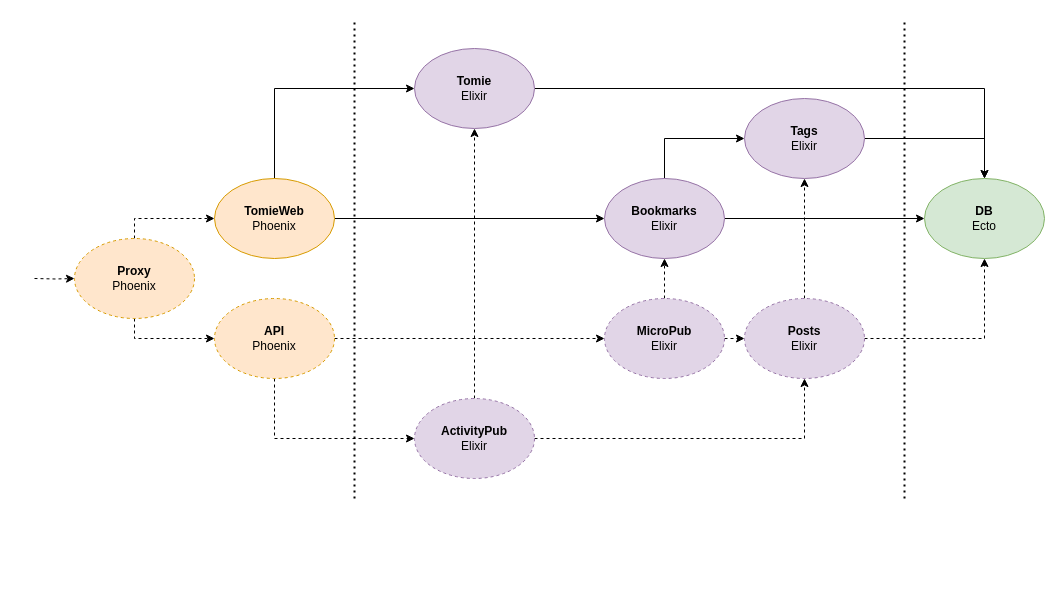
Earlier version of the draw.io diagram docs/arch.drawio (inhji/tomie_mirror). Source tidied: cells renumbered, new cells numbered last; positions are measured from the earlier drawing's top-left corner, leaving out a move shared by most shapes. Both pictures are drawn from the tidied source at 100%, with x=0, y=0 at pixel (34, 18).
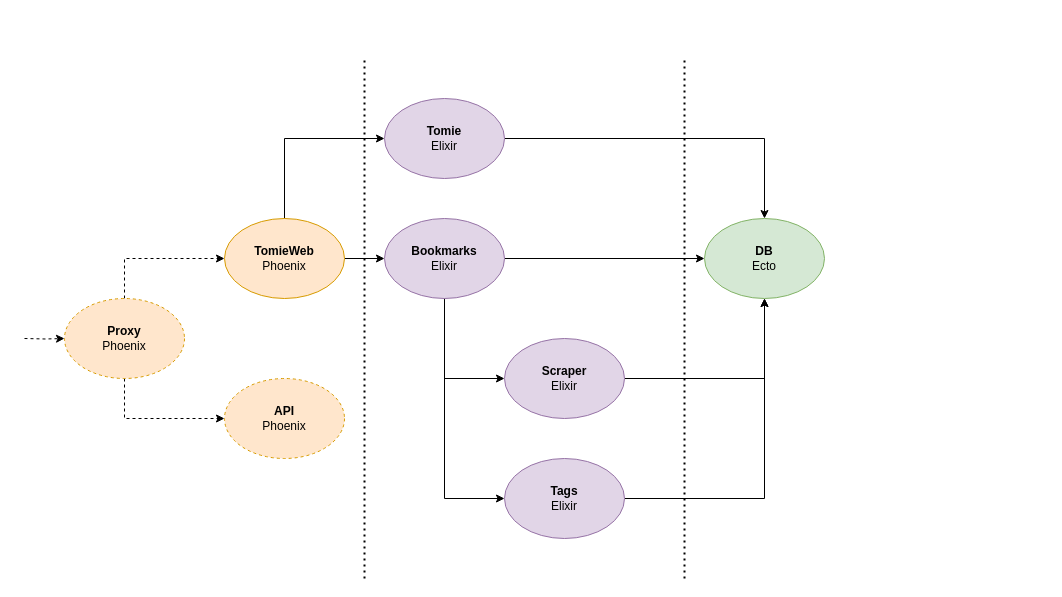
After the change.

What changed in the source:
```diff
@@
     <mxCell id="4" value="&lt;div&gt;&lt;b&gt;TomieWeb&lt;/b&gt;&lt;/div&gt;Phoenix" style="ellipse;whiteSpace=wrap;html=1;fillColor=#ffe6cc;strokeColor=#d79b00;" parent="1" vertex="1">
-      <mxGeometry x="180" y="160" width="120" height="80" as="geometry" />
+      <mxGeometry x="190" y="200" width="120" height="80" as="geometry" />
     </mxCell>
@@
     <mxCell id="6" value="&lt;div&gt;&lt;b&gt;Tomie&lt;/b&gt;&lt;/div&gt;&lt;div&gt;Elixir&lt;br&gt;&lt;b&gt;&lt;/b&gt;&lt;/div&gt;" style="ellipse;whiteSpace=wrap;html=1;fillColor=#e1d5e7;strokeColor=#9673a6;" parent="1" vertex="1">
-      <mxGeometry x="380" y="30" width="120" height="80" as="geometry" />
+      <mxGeometry x="350" y="80" width="120" height="80" as="geometry" />
     </mxCell>
@@
+    <mxCell id="31" style="edgeStyle=orthogonalEdgeStyle;rounded=0;jumpStyle=arc;jettySize=auto;html=1;exitX=0.5;exitY=1;exitDx=0;exitDy=0;entryX=0;entryY=0.5;entryDx=0;entryDy=0;" parent="1" edge="1" source="9" target="33">
+      <mxGeometry relative="1" as="geometry" />
+    </mxCell>
-    <mxCell id="8" style="edgeStyle=orthogonalEdgeStyle;rounded=0;jettySize=auto;html=1;exitX=0.5;exitY=0;exitDx=0;exitDy=0;entryX=0;entryY=0.5;entryDx=0;entryDy=0;" parent="1" edge="1" source="9" target="11">
+    <mxCell id="8" style="edgeStyle=orthogonalEdgeStyle;rounded=0;jumpStyle=none;jettySize=auto;html=1;exitX=0.5;exitY=1;exitDx=0;exitDy=0;entryX=0;entryY=0.5;entryDx=0;entryDy=0;" parent="1" edge="1" source="9" target="11">
       <mxGeometry relative="1" as="geometry" />
     </mxCell>
     <mxCell id="9" value="&lt;div&gt;&lt;b&gt;Bookmarks&lt;/b&gt;&lt;/div&gt;&lt;div&gt;Elixir&lt;br&gt;&lt;/div&gt;" style="ellipse;whiteSpace=wrap;html=1;fillColor=#e1d5e7;strokeColor=#9673a6;" parent="1" vertex="1">
-      <mxGeometry x="570" y="160" width="120" height="80" as="geometry" />
+      <mxGeometry x="350" y="200" width="120" height="80" as="geometry" />
     </mxCell>
-    <mxCell id="10" style="edgeStyle=orthogonalEdgeStyle;rounded=0;jettySize=auto;html=1;exitX=1;exitY=0.5;exitDx=0;exitDy=0;entryX=0.5;entryY=0;entryDx=0;entryDy=0;" parent="1" edge="1" source="11" target="12">
+    <mxCell id="10" style="edgeStyle=orthogonalEdgeStyle;rounded=0;jumpStyle=arc;jettySize=auto;html=1;exitX=1;exitY=0.5;exitDx=0;exitDy=0;" parent="1" edge="1" source="11" target="12">
       <mxGeometry relative="1" as="geometry" />
     </mxCell>
     <mxCell id="11" value="&lt;div&gt;&lt;b&gt;Tags&lt;/b&gt;&lt;/div&gt;&lt;div&gt;Elixir&lt;br&gt;&lt;/div&gt;" style="ellipse;whiteSpace=wrap;html=1;fillColor=#e1d5e7;strokeColor=#9673a6;" parent="1" vertex="1">
-      <mxGeometry x="710" y="80" width="120" height="80" as="geometry" />
+      <mxGeometry x="470" y="440" width="120" height="80" as="geometry" />
     </mxCell>
     <mxCell id="12" value="&lt;div&gt;&lt;b&gt;DB&lt;/b&gt;&lt;/div&gt;&lt;div&gt;Ecto&lt;br&gt;&lt;/div&gt;" style="ellipse;whiteSpace=wrap;html=1;fillColor=#d5e8d4;strokeColor=#82b366;" parent="1" vertex="1">
-      <mxGeometry x="890" y="160" width="120" height="80" as="geometry" />
+      <mxGeometry x="670" y="200" width="120" height="80" as="geometry" />
     </mxCell>
     <mxCell id="13" style="endArrow=none;dashed=1;html=1;dashPattern=1 2;strokeWidth=2;" parent="1" edge="1">
       <mxGeometry relative="1" as="geometry">
-        <mxPoint x="320" y="480" as="sourcePoint" />
-        <mxPoint x="320" as="targetPoint" />
+        <mxPoint x="330" y="560" as="sourcePoint" />
+        <mxPoint x="330" y="40" as="targetPoint" />
       </mxGeometry>
     </mxCell>
     <mxCell id="14" style="endArrow=none;dashed=1;html=1;dashPattern=1 2;strokeWidth=2;" parent="1" edge="1">
       <mxGeometry relative="1" as="geometry">
-        <mxPoint x="870" y="480" as="sourcePoint" />
-        <mxPoint x="870" as="targetPoint" />
+        <mxPoint x="650" y="560" as="sourcePoint" />
+        <mxPoint x="650" y="40" as="targetPoint" />
       </mxGeometry>
     </mxCell>
-    <mxCell id="15" style="edgeStyle=orthogonalEdgeStyle;rounded=0;jettySize=auto;html=1;exitX=0.5;exitY=0;exitDx=0;exitDy=0;entryX=0.5;entryY=1;entryDx=0;entryDy=0;dashed=1;" parent="1" edge="1" source="17" target="9">
-      <mxGeometry relative="1" as="geometry" />
-    </mxCell>
-    <mxCell id="16" style="edgeStyle=orthogonalEdgeStyle;rounded=0;jettySize=auto;html=1;exitX=1;exitY=0.5;exitDx=0;exitDy=0;entryX=0;entryY=0.5;entryDx=0;entryDy=0;dashed=1;" parent="1" edge="1" source="17" target="20">
-      <mxGeometry relative="1" as="geometry" />
-    </mxCell>
-    <mxCell id="17" value="&lt;div&gt;&lt;b&gt;MicroPub&lt;/b&gt;&lt;/div&gt;Elixir" style="ellipse;whiteSpace=wrap;html=1;dashed=1;fillColor=#e1d5e7;strokeColor=#9673a6;" parent="1" vertex="1">
-      <mxGeometry x="570" y="280" width="120" height="80" as="geometry" />
-    </mxCell>
-    <mxCell id="18" style="edgeStyle=orthogonalEdgeStyle;rounded=0;jettySize=auto;html=1;exitX=1;exitY=0.5;exitDx=0;exitDy=0;entryX=0.5;entryY=1;entryDx=0;entryDy=0;dashed=1;" parent="1" edge="1" source="20" target="12">
-      <mxGeometry relative="1" as="geometry" />
-    </mxCell>
-    <mxCell id="19" style="edgeStyle=orthogonalEdgeStyle;rounded=0;jettySize=auto;html=1;exitX=0.5;exitY=0;exitDx=0;exitDy=0;entryX=0.5;entryY=1;entryDx=0;entryDy=0;dashed=1;" parent="1" edge="1" source="20" target="11">
-      <mxGeometry relative="1" as="geometry" />
-    </mxCell>
-    <mxCell id="20" value="&lt;div&gt;&lt;b&gt;Posts&lt;/b&gt;&lt;/div&gt;&lt;div&gt;Elixir&lt;b&gt;&lt;br&gt;&lt;/b&gt;&lt;/div&gt;" style="ellipse;whiteSpace=wrap;html=1;dashed=1;fillColor=#e1d5e7;strokeColor=#9673a6;" parent="1" vertex="1">
-      <mxGeometry x="710" y="280" width="120" height="80" as="geometry" />
-    </mxCell>
-    <mxCell id="21" style="edgeStyle=orthogonalEdgeStyle;rounded=0;jettySize=auto;html=1;exitX=1;exitY=0.5;exitDx=0;exitDy=0;entryX=0;entryY=0.5;entryDx=0;entryDy=0;dashed=1;" parent="1" edge="1" source="23" target="17">
-      <mxGeometry relative="1" as="geometry" />
-    </mxCell>
-    <mxCell id="22" style="edgeStyle=orthogonalEdgeStyle;rounded=0;jettySize=auto;html=1;exitX=0.5;exitY=1;exitDx=0;exitDy=0;entryX=0;entryY=0.5;entryDx=0;entryDy=0;dashed=1;" parent="1" edge="1" source="23" target="26">
-      <mxGeometry relative="1" as="geometry" />
-    </mxCell>
     <mxCell id="23" value="&lt;div&gt;&lt;b&gt;API&lt;/b&gt;&lt;/div&gt;Phoenix" style="ellipse;whiteSpace=wrap;html=1;dashed=1;fillColor=#ffe6cc;strokeColor=#d79b00;" parent="1" vertex="1">
-      <mxGeometry x="180" y="280" width="120" height="80" as="geometry" />
+      <mxGeometry x="190" y="360" width="120" height="80" as="geometry" />
     </mxCell>
-    <mxCell id="24" style="edgeStyle=orthogonalEdgeStyle;rounded=0;jettySize=auto;html=1;exitX=1;exitY=0.5;exitDx=0;exitDy=0;entryX=0.5;entryY=1;entryDx=0;entryDy=0;dashed=1;" parent="1" edge="1" source="26" target="20">
-      <mxGeometry relative="1" as="geometry" />
-    </mxCell>
-    <mxCell id="25" style="edgeStyle=orthogonalEdgeStyle;rounded=0;jettySize=auto;html=1;exitX=0.5;exitY=0;exitDx=0;exitDy=0;entryX=0.5;entryY=1;entryDx=0;entryDy=0;dashed=1;" parent="1" edge="1" source="26" target="6">
-      <mxGeometry relative="1" as="geometry" />
-    </mxCell>
-    <mxCell id="26" value="&lt;div&gt;&lt;b&gt;ActivityPub&lt;/b&gt;&lt;/div&gt;&lt;div&gt;Elixir&lt;br&gt;&lt;/div&gt;" style="ellipse;whiteSpace=wrap;html=1;dashed=1;fillColor=#e1d5e7;strokeColor=#9673a6;" parent="1" vertex="1">
-      <mxGeometry x="380" y="380" width="120" height="80" as="geometry" />
-    </mxCell>
@@
     <mxCell id="29" style="edgeStyle=orthogonalEdgeStyle;rounded=0;jettySize=auto;html=1;dashed=1;entryX=0;entryY=0.5;entryDx=0;entryDy=0;" parent="1" edge="1" target="30">
       <mxGeometry relative="1" as="geometry">
-        <mxPoint y="260" as="sourcePoint" />
+        <mxPoint x="-10" y="320" as="sourcePoint" />
       </mxGeometry>
     </mxCell>
     <mxCell id="30" value="&lt;div&gt;&lt;b&gt;Proxy&lt;/b&gt;&lt;/div&gt;Phoenix" style="ellipse;whiteSpace=wrap;html=1;dashed=1;fillColor=#ffe6cc;strokeColor=#d79b00;" parent="1" vertex="1">
-      <mxGeometry x="40" y="220" width="120" height="80" as="geometry" />
+      <mxGeometry x="30" y="280" width="120" height="80" as="geometry" />
     </mxCell>
+    <mxCell id="32" style="edgeStyle=orthogonalEdgeStyle;rounded=0;jumpStyle=none;jettySize=auto;html=1;exitX=1;exitY=0.5;exitDx=0;exitDy=0;entryX=0.5;entryY=1;entryDx=0;entryDy=0;" parent="1" edge="1" source="33" target="12">
+      <mxGeometry relative="1" as="geometry" />
+    </mxCell>
+    <mxCell id="33" value="&lt;div&gt;&lt;b&gt;Scraper&lt;/b&gt;&lt;/div&gt;&lt;div&gt;Elixir&lt;br&gt;&lt;b&gt;&lt;/b&gt;&lt;/div&gt;" style="ellipse;whiteSpace=wrap;html=1;fillColor=#e1d5e7;strokeColor=#9673a6;" parent="1" vertex="1">
+      <mxGeometry x="470" y="320" width="120" height="80" as="geometry" />
+    </mxCell>
```
